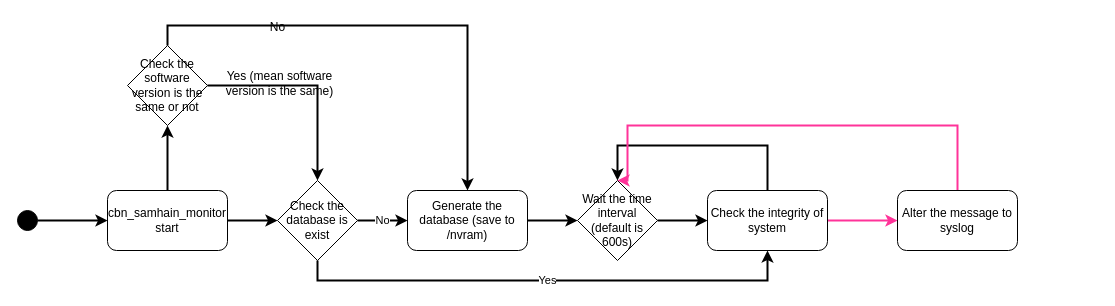
Earlier version of the draw.io diagram page "Samhain Monitor" (5 of 5) of GW7557.drawio (nelsonchung/drawio). Source tidied: cells renumbered, new cells numbered last; positions are measured from the earlier drawing's top-left corner, leaving out a move shared by most shapes. Both pictures are drawn from the tidied source at 100%, with x=0, y=0 at pixel (17, 45).
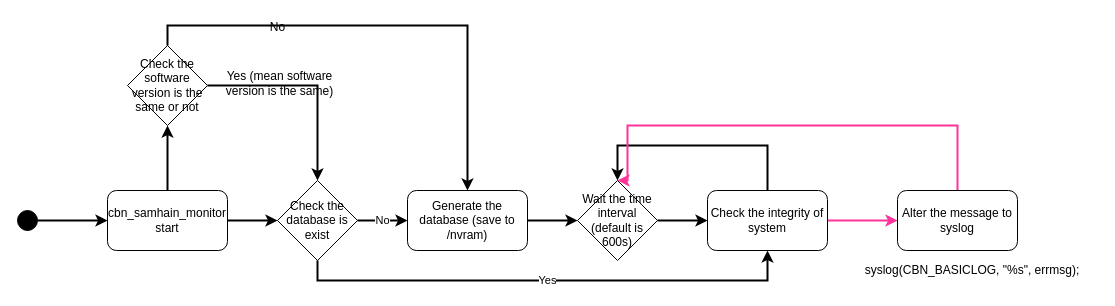
After the change.

Commit message:
[GW7557] Update samhain monitor information

What changed in the source:
```diff
@@
+    <mxCell id="24" value="syslog(CBN_BASICLOG, &quot;%s&quot;, errmsg);" style="text;html=1;strokeColor=none;fillColor=none;align=center;verticalAlign=middle;whiteSpace=wrap;rounded=0;" parent="1" vertex="1">
+      <mxGeometry x="830" y="215" width="250" height="20" as="geometry" />
+    </mxCell>
```
